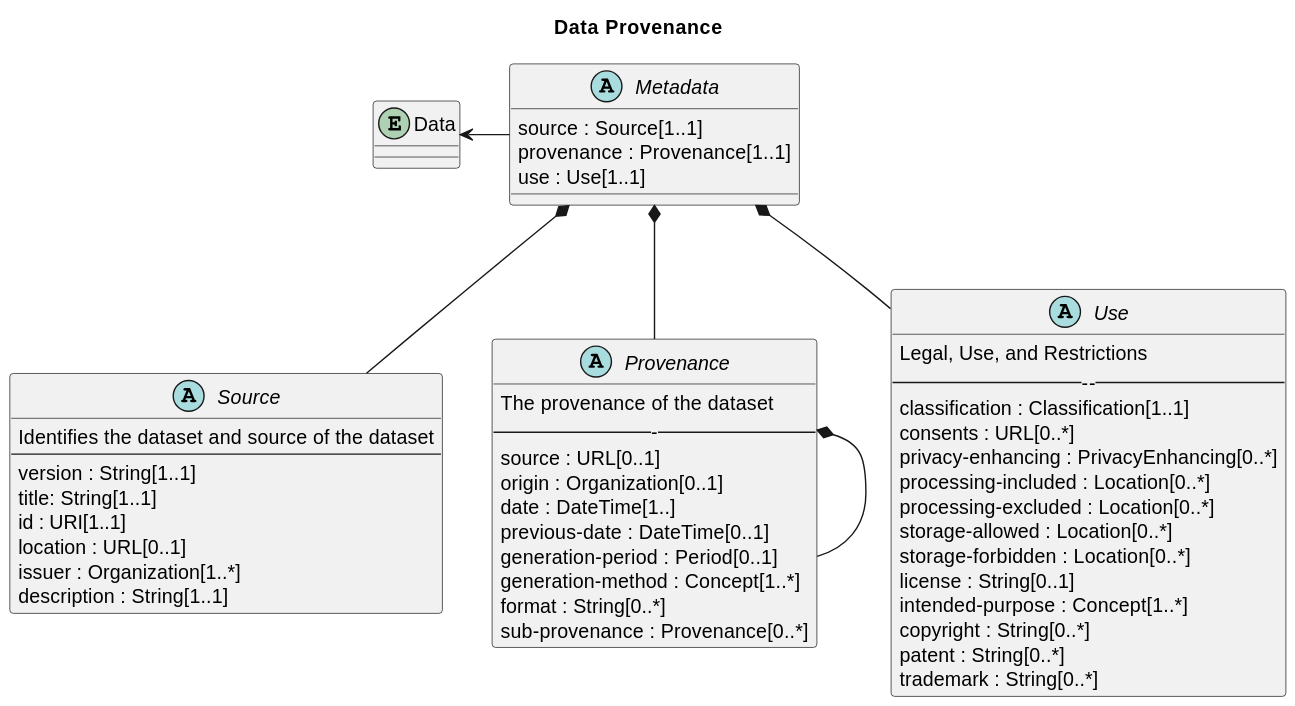
Above: out/ImageSource/metadata/metadata.svg in Data-and-Trust-Alliance/DPS (PlantUML), before the change.
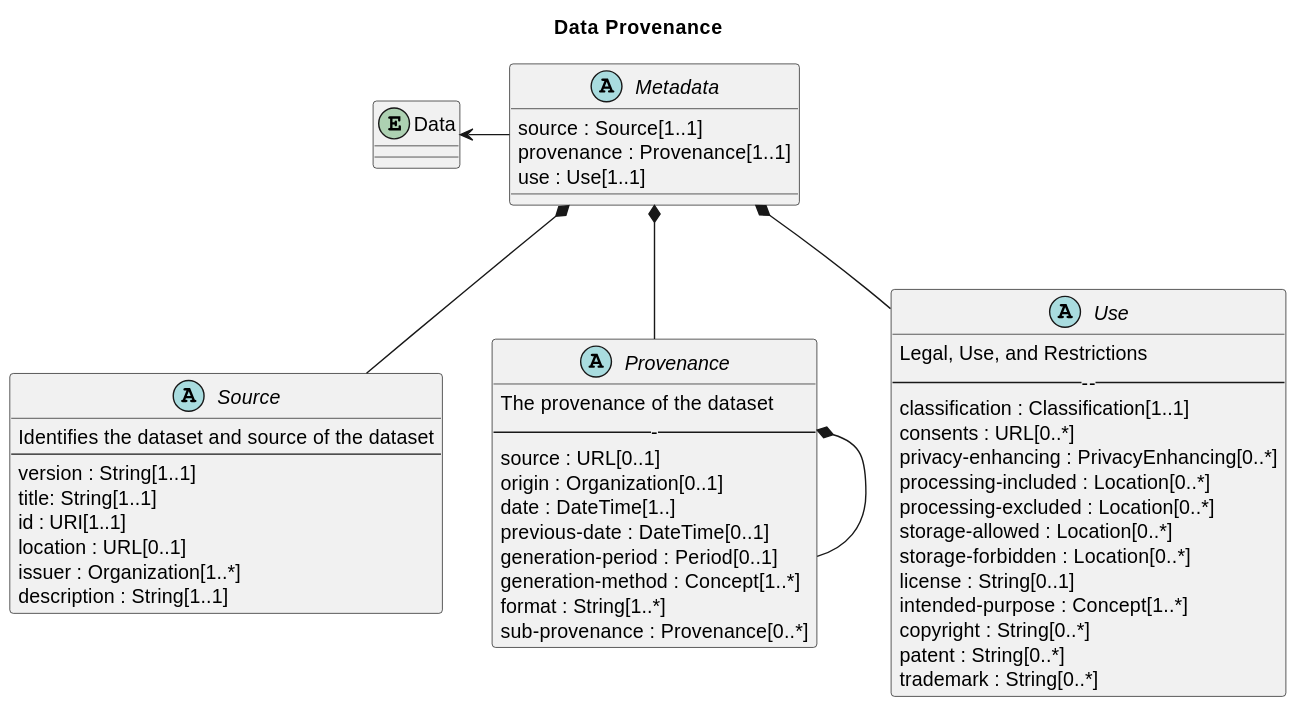
The same file after the commit.

Commit message:
data format cardinality to be 1..*

The edit, as a diff of the source:
```diff
@@ -34,7 +34,7 @@
     previous-date : DateTime[0..1]
     generation-period : Period[0..1]
     generation-method : Concept[1..*]
-    format : String[0..*]
+    format : String[1..*]
     sub-provenance : Provenance[0..*]
 }
 
```
